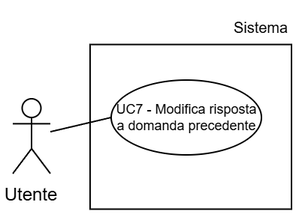
The draw.io diagram Tutti i documenti/Assets/Diagrammi/UC7.png in AtlasTeam9/Documenti, before a commit. Source tidied: cells renumbered, new cells last; positions are measured from the earlier drawing's top-left corner, leaving out a move shared by most shapes. Its diagram source:
```xml
<mxGraphModel background="light-dark(#FFFFFF,#FFFFFF)">
  <root>
    <mxCell id="0" />
    <mxCell id="1" parent="0" />
    <mxCell id="2" value="Sistema" style="text;html=1;whiteSpace=wrap;strokeColor=none;fillColor=none;align=center;verticalAlign=middle;rounded=0;fontFamily=Helvetica;fontSize=10;fontColor=light-dark(#000000,#000000);labelBackgroundColor=none;" parent="1" vertex="1">
      <mxGeometry x="144.5" width="41" height="30" as="geometry" />
    </mxCell>
    <mxCell id="3" style="whiteSpace=wrap;html=1;strokeColor=light-dark(#000000,#000000);align=center;verticalAlign=top;fontFamily=Helvetica;fontSize=12;fontColor=default;fillColor=light-dark(#FFFFFF,#FFFFFF);strokeWidth=1;" parent="1" vertex="1">
      <mxGeometry x="51.5" y="26.2" width="134" height="110" as="geometry" />
    </mxCell>
    <mxCell id="4" value="&lt;font style=&quot;color: light-dark(rgb(0, 0, 0), rgb(0, 0, 0));&quot;&gt;Utente&lt;/font&gt;" style="shape=umlActor;verticalLabelPosition=bottom;verticalAlign=top;html=1;outlineConnect=0;strokeColor=light-dark(#000000,#000000);fillColor=light-dark(#FFFFFF,transparent);" parent="1" vertex="1">
      <mxGeometry y="62.5" width="25" height="50" as="geometry" />
    </mxCell>
    <mxCell id="5" value="&lt;font style=&quot;color: light-dark(rgb(0, 0, 0), rgb(0, 0, 0)); line-height: 100%;&quot;&gt;UC7 - Modifica risposta a domanda precedente&lt;/font&gt;" style="ellipse;whiteSpace=wrap;html=1;strokeColor=light-dark(#000000,#000000);align=center;verticalAlign=middle;fontFamily=Helvetica;fontSize=9;fontColor=default;fillColor=light-dark(#FFFFFF, #ffffff);" parent="1" vertex="1">
      <mxGeometry x="65.5" y="50" width="100" height="50" as="geometry" />
    </mxCell>
    <mxCell id="6" style="rounded=0;jettySize=auto;html=1;exitX=0;exitY=0.5;exitDx=0;exitDy=0;strokeColor=light-dark(#000000,#000000);endArrow=none;endFill=0;" parent="1" edge="1" source="5" target="4">
      <mxGeometry relative="1" as="geometry" />
    </mxCell>
  </root>
</mxGraphModel>
```
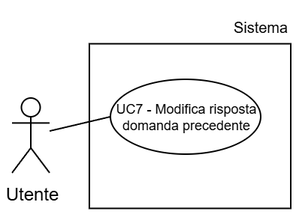
After the commit.

Diff of the diagram source:
```diff
@@ -11,7 +11,7 @@
     <mxCell id="4" value="&lt;font style=&quot;color: light-dark(rgb(0, 0, 0), rgb(0, 0, 0));&quot;&gt;Utente&lt;/font&gt;" style="shape=umlActor;verticalLabelPosition=bottom;verticalAlign=top;html=1;outlineConnect=0;strokeColor=light-dark(#000000,#000000);fillColor=light-dark(#FFFFFF,transparent);" parent="1" vertex="1">
       <mxGeometry y="62.5" width="25" height="50" as="geometry" />
     </mxCell>
-    <mxCell id="5" value="&lt;font style=&quot;color: light-dark(rgb(0, 0, 0), rgb(0, 0, 0)); line-height: 100%;&quot;&gt;UC7 - Modifica risposta a domanda precedente&lt;/font&gt;" style="ellipse;whiteSpace=wrap;html=1;strokeColor=light-dark(#000000,#000000);align=center;verticalAlign=middle;fontFamily=Helvetica;fontSize=9;fontColor=default;fillColor=light-dark(#FFFFFF, #ffffff);" parent="1" vertex="1">
+    <mxCell id="5" value="&lt;font style=&quot;color: light-dark(rgb(0, 0, 0), rgb(0, 0, 0)); line-height: 100%;&quot;&gt;UC7 - Modifica risposta domanda precedente&lt;/font&gt;" style="ellipse;whiteSpace=wrap;html=1;strokeColor=light-dark(#000000,#000000);align=center;verticalAlign=middle;fontFamily=Helvetica;fontSize=9;fontColor=default;fillColor=light-dark(#FFFFFF, #ffffff);" parent="1" vertex="1">
       <mxGeometry x="65.5" y="50" width="100" height="50" as="geometry" />
     </mxCell>
     <mxCell id="6" style="rounded=0;jettySize=auto;html=1;exitX=0;exitY=0.5;exitDx=0;exitDy=0;strokeColor=light-dark(#000000,#000000);endArrow=none;endFill=0;" parent="1" edge="1" source="5" target="4">
```
